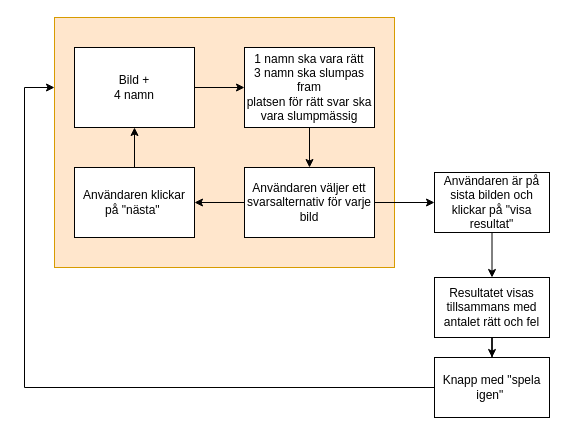
marialovgren/classmate-quiz keeps this draw.io diagram as quiz.drawio. Above is the earlier version. Source tidied: cells renumbered, new cells numbered last; positions are measured from the earlier drawing's top-left corner, leaving out a move shared by most shapes. Both pictures are drawn from the tidied source at 100%, with x=0, y=0 at pixel (-16, 17).
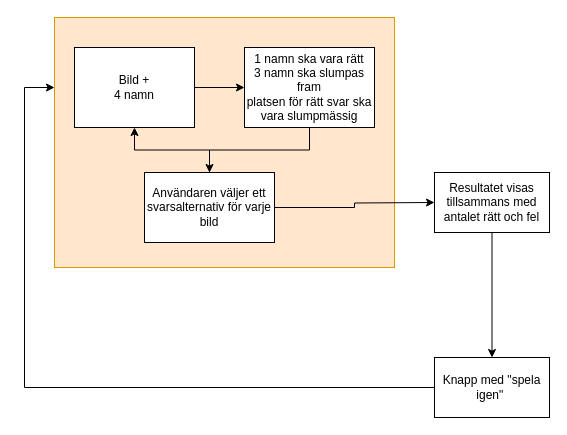
After the change.

Unchanged cells that the change refers to:
```xml
<mxCell id="4" value="Bild +&lt;br&gt;4 namn" style="rounded=0;whiteSpace=wrap;html=1;" parent="1" vertex="1">
  <mxGeometry x="90" y="30" width="120" height="80" as="geometry" />
</mxCell>
```

The edit, as a diff of the source:
```diff
@@
-    <mxCell id="7" style="edgeStyle=orthogonalEdgeStyle;rounded=0;jettySize=auto;html=1;" parent="1" edge="1" source="9" target="11">
-      <mxGeometry relative="1" as="geometry" />
-    </mxCell>
-    <mxCell id="8" style="edgeStyle=orthogonalEdgeStyle;rounded=0;jettySize=auto;html=1;" parent="1" edge="1" source="9" target="13">
-      <mxGeometry relative="1" as="geometry" />
+    <mxCell id="8" style="edgeStyle=orthogonalEdgeStyle;rounded=0;jettySize=auto;html=1;" parent="1" edge="1" source="9">
+      <mxGeometry relative="1" as="geometry">
+        <mxPoint x="450" y="185" as="targetPoint" />
+      </mxGeometry>
     </mxCell>
+    <mxCell id="18" style="edgeStyle=orthogonalEdgeStyle;rounded=0;jettySize=auto;html=1;" parent="1" edge="1" source="9" target="4">
+      <mxGeometry relative="1" as="geometry" />
+    </mxCell>
     <mxCell id="9" value="Användaren väljer ett svarsalternativ för varje bild" style="rounded=0;whiteSpace=wrap;html=1;" parent="1" vertex="1">
-      <mxGeometry x="260" y="150" width="130" height="70" as="geometry" />
+      <mxGeometry x="160" y="155" width="130" height="70" as="geometry" />
     </mxCell>
-    <mxCell id="10" style="edgeStyle=orthogonalEdgeStyle;rounded=0;jettySize=auto;html=1;" parent="1" edge="1" source="11" target="4">
-      <mxGeometry relative="1" as="geometry" />
-    </mxCell>
-    <mxCell id="11" value="Användaren klickar på &quot;nästa&quot;&amp;nbsp;" style="rounded=0;whiteSpace=wrap;html=1;" parent="1" vertex="1">
-      <mxGeometry x="90" y="150" width="120" height="70" as="geometry" />
-    </mxCell>
-    <mxCell id="12" style="edgeStyle=orthogonalEdgeStyle;rounded=0;jettySize=auto;html=1;" parent="1" edge="1" source="13" target="15">
-      <mxGeometry relative="1" as="geometry" />
-    </mxCell>
-    <mxCell id="13" value="Användaren är på sista bilden och klickar på &quot;visa resultat&quot;" style="rounded=0;whiteSpace=wrap;html=1;" parent="1" vertex="1">
-      <mxGeometry x="450" y="155" width="115" height="60" as="geometry" />
-    </mxCell>
@@
     <mxCell id="15" value="Resultatet visas tillsammans med antalet rätt och fel" style="rounded=0;whiteSpace=wrap;html=1;" parent="1" vertex="1">
-      <mxGeometry x="450" y="260" width="115" height="60" as="geometry" />
+      <mxGeometry x="450" y="155" width="115" height="60" as="geometry" />
     </mxCell>
```
